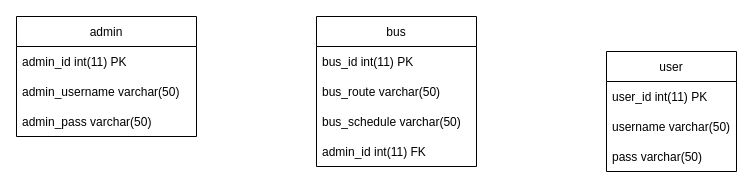
Before: task2.drawio in arnabxero/AdvancedLineFollowerRobot, a draw.io diagram. Source tidied: cells renumbered, new cells numbered last; positions are measured from the earlier drawing's top-left corner, leaving out a move shared by most shapes. Both pictures are drawn from the tidied source at 100%, with x=0, y=0 at pixel (16, 16).
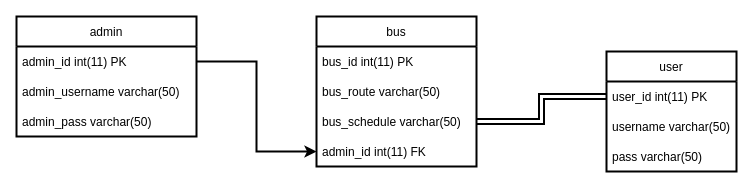
The same diagram, later.

What changed in the source:
```diff
@@
 <mxGraphModel>
   <root>
     <mxCell id="0" />
     <mxCell id="1" parent="0" />
-    <mxCell id="2" value="bus" style="swimlane;fontStyle=0;horizontal=1;startSize=30;" parent="1" vertex="1">
+    <mxCell id="2" value="bus" style="swimlane;fontStyle=0;horizontal=1;startSize=30;strokeWidth=2;" parent="1" vertex="1">
       <mxGeometry x="300" width="160" height="150" as="geometry" />
     </mxCell>
-    <mxCell id="3" value="bus_id int(11) PK" style="text;strokeColor=none;fillColor=none;align=left;verticalAlign=middle;spacingLeft=4;spacingRight=4;overflow=hidden;" parent="2" vertex="1">
+    <mxCell id="3" value="bus_id int(11) PK" style="text;strokeColor=none;fillColor=none;align=left;verticalAlign=middle;spacingLeft=4;spacingRight=4;overflow=hidden;strokeWidth=2;" parent="2" vertex="1">
       <mxGeometry y="30" width="160" height="30" as="geometry" />
     </mxCell>
-    <mxCell id="4" value="bus_route varchar(50)" style="text;strokeColor=none;fillColor=none;align=left;verticalAlign=middle;spacingLeft=4;spacingRight=4;overflow=hidden;" parent="2" vertex="1">
+    <mxCell id="4" value="bus_route varchar(50)" style="text;strokeColor=none;fillColor=none;align=left;verticalAlign=middle;spacingLeft=4;spacingRight=4;overflow=hidden;strokeWidth=2;" parent="2" vertex="1">
       <mxGeometry y="60" width="160" height="30" as="geometry" />
     </mxCell>
-    <mxCell id="5" value="bus_schedule varchar(50)" style="text;strokeColor=none;fillColor=none;align=left;verticalAlign=middle;spacingLeft=4;spacingRight=4;overflow=hidden;points=[[0,0.5],[1,0.5]];portConstraint=eastwest;" parent="2" vertex="1">
+    <mxCell id="5" value="bus_schedule varchar(50)" style="text;strokeColor=none;fillColor=none;align=left;verticalAlign=middle;spacingLeft=4;spacingRight=4;overflow=hidden;points=[[0,0.5],[1,0.5]];portConstraint=eastwest;strokeWidth=2;" parent="2" vertex="1">
       <mxGeometry y="90" width="160" height="30" as="geometry" />
     </mxCell>
-    <mxCell id="6" value="admin_id int(11) FK" style="text;strokeColor=none;fillColor=none;align=left;verticalAlign=middle;spacingLeft=4;spacingRight=4;overflow=hidden;points=[[0,0.5],[1,0.5]];portConstraint=eastwest;" parent="2" vertex="1">
+    <mxCell id="6" value="admin_id int(11) FK" style="text;strokeColor=none;fillColor=none;align=left;verticalAlign=middle;spacingLeft=4;spacingRight=4;overflow=hidden;points=[[0,0.5],[1,0.5]];portConstraint=eastwest;strokeWidth=2;" parent="2" vertex="1">
       <mxGeometry y="120" width="160" height="30" as="geometry" />
     </mxCell>
-    <mxCell id="7" value="admin" style="swimlane;fontStyle=0;horizontal=1;startSize=30;" parent="1" vertex="1">
+    <mxCell id="7" value="admin" style="swimlane;fontStyle=0;horizontal=1;startSize=30;strokeWidth=2;" parent="1" vertex="1">
       <mxGeometry width="180" height="120" as="geometry" />
     </mxCell>
-    <mxCell id="8" value="admin_id int(11) PK" style="text;strokeColor=none;fillColor=none;align=left;verticalAlign=middle;spacingLeft=4;spacingRight=4;overflow=hidden;points=[[0,0.5],[1,0.5]];portConstraint=eastwest;" parent="7" vertex="1">
+    <mxCell id="8" value="admin_id int(11) PK" style="text;strokeColor=none;fillColor=none;align=left;verticalAlign=middle;spacingLeft=4;spacingRight=4;overflow=hidden;points=[[0,0.5],[1,0.5]];portConstraint=eastwest;strokeWidth=2;" parent="7" vertex="1">
       <mxGeometry y="30" width="180" height="30" as="geometry" />
     </mxCell>
-    <mxCell id="9" value="admin_username varchar(50)" style="text;strokeColor=none;fillColor=none;align=left;verticalAlign=middle;spacingLeft=4;spacingRight=4;overflow=hidden;" parent="7" vertex="1">
+    <mxCell id="9" value="admin_username varchar(50)" style="text;strokeColor=none;fillColor=none;align=left;verticalAlign=middle;spacingLeft=4;spacingRight=4;overflow=hidden;strokeWidth=2;" parent="7" vertex="1">
       <mxGeometry y="60" width="180" height="30" as="geometry" />
     </mxCell>
-    <mxCell id="10" value="admin_pass varchar(50)" style="text;strokeColor=none;fillColor=none;align=left;verticalAlign=middle;spacingLeft=4;spacingRight=4;overflow=hidden;" parent="7" vertex="1">
+    <mxCell id="10" value="admin_pass varchar(50)" style="text;strokeColor=none;fillColor=none;align=left;verticalAlign=middle;spacingLeft=4;spacingRight=4;overflow=hidden;strokeWidth=2;" parent="7" vertex="1">
       <mxGeometry y="90" width="180" height="30" as="geometry" />
     </mxCell>
-    <mxCell id="11" value="user" style="swimlane;fontStyle=0;horizontal=1;startSize=30;" parent="1" vertex="1">
+    <mxCell id="11" value="user" style="swimlane;fontStyle=0;horizontal=1;startSize=30;strokeWidth=2;" parent="1" vertex="1">
       <mxGeometry x="590" y="35" width="130" height="120" as="geometry" />
     </mxCell>
-    <mxCell id="12" value="user_id int(11) PK" style="text;strokeColor=none;fillColor=none;align=left;verticalAlign=middle;spacingLeft=4;spacingRight=4;overflow=hidden;points=[[0,0.5],[1,0.5]];portConstraint=eastwest;" parent="11" vertex="1">
+    <mxCell id="12" value="user_id int(11) PK" style="text;strokeColor=none;fillColor=none;align=left;verticalAlign=middle;spacingLeft=4;spacingRight=4;overflow=hidden;points=[[0,0.5],[1,0.5]];portConstraint=eastwest;strokeWidth=2;" parent="11" vertex="1">
       <mxGeometry y="30" width="130" height="30" as="geometry" />
     </mxCell>
-    <mxCell id="13" value="username varchar(50)" style="text;strokeColor=none;fillColor=none;align=left;verticalAlign=middle;spacingLeft=4;spacingRight=4;overflow=hidden;" parent="11" vertex="1">
+    <mxCell id="13" value="username varchar(50)" style="text;strokeColor=none;fillColor=none;align=left;verticalAlign=middle;spacingLeft=4;spacingRight=4;overflow=hidden;strokeWidth=2;" parent="11" vertex="1">
       <mxGeometry y="60" width="130" height="30" as="geometry" />
     </mxCell>
-    <mxCell id="14" value="pass varchar(50)" style="text;strokeColor=none;fillColor=none;align=left;verticalAlign=middle;spacingLeft=4;spacingRight=4;overflow=hidden;" parent="11" vertex="1">
+    <mxCell id="14" value="pass varchar(50)" style="text;strokeColor=none;fillColor=none;align=left;verticalAlign=middle;spacingLeft=4;spacingRight=4;overflow=hidden;strokeWidth=2;" parent="11" vertex="1">
       <mxGeometry y="90" width="130" height="30" as="geometry" />
     </mxCell>
+    <mxCell id="15" style="edgeStyle=orthogonalEdgeStyle;rounded=0;jettySize=auto;html=1;exitX=1;exitY=0.5;exitDx=0;exitDy=0;entryX=0;entryY=0.5;entryDx=0;entryDy=0;strokeWidth=2;" parent="1" edge="1" source="8" target="6">
+      <mxGeometry relative="1" as="geometry" />
+    </mxCell>
+    <mxCell id="16" style="edgeStyle=orthogonalEdgeStyle;rounded=0;jettySize=auto;html=1;exitX=0;exitY=0.5;exitDx=0;exitDy=0;entryX=1;entryY=0.5;entryDx=0;entryDy=0;shape=link;strokeWidth=2;" parent="1" edge="1" source="12" target="5">
+      <mxGeometry relative="1" as="geometry" />
+    </mxCell>
   </root>
 </mxGraphModel>
```
